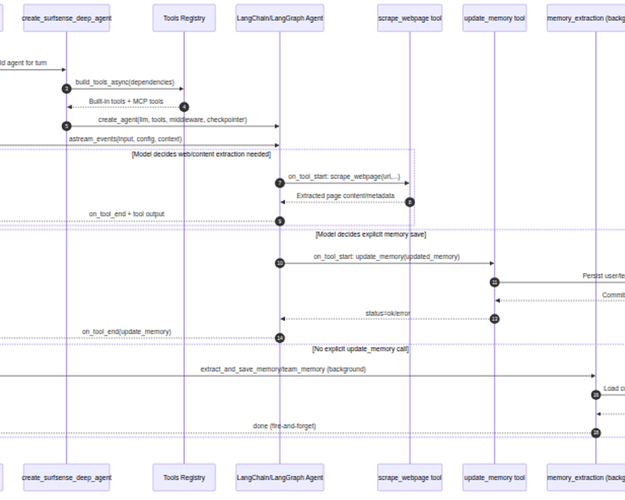
Above: diagrams/extraction_orchestration.png in cyberyu/DocumentAI (Mermaid), before the change. Its source is kept beside it as diagrams/extraction_orchestration.mmd.
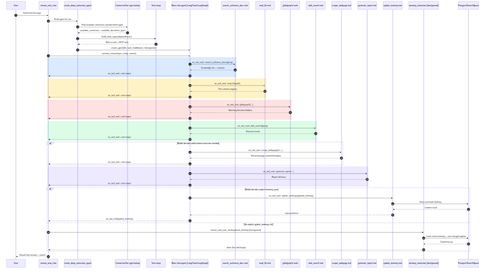
The same file after the commit.

What changed in the source:
```diff
@@ -3,21 +3,53 @@
     autonumber
     participant U as User
     participant API as stream_new_chat
-    participant F as create_surfsense_deep_agent
-    participant R as Tools Registry
-    participant A as LangChain/LangGraph Agent
+    participant F as create_deep_extraction_agent
+    participant C as Connector/Doc type lookup
+    participant R as Tool setup
+    participant A as Main chat agent (LangChain/LangGraph)
+    participant SD as search_surfsense_docs tool
+    participant RF as read_file tool
+    participant FG as glob/grep/ls tools
+    participant WS as web_search tool
     participant SW as scrape_webpage tool
+    participant GR as generate_report tool
     participant UM as update_memory tool
     participant ME as memory_extraction (background)
     participant DB as Postgres/SearchSpace
 
     U->>API: Send chat message
     API->>F: Build agent for turn
+    F->>C: Find available connectors and document types
+    C-->>F: available_connectors + available_document_types
     F->>R: build_tools_async(dependencies)
     R-->>F: Built-in tools + MCP tools
     F->>A: create_agent(llm, tools, middleware, checkpointer)
 
     API->>A: astream_events(input, config, context)
+
+    rect rgb(219, 234, 254)
+        A->>SD: on_tool_start: search_surfsense_docs(query)
+        SD-->>A: Knowledge hits + citations
+        A-->>API: on_tool_end + tool output
+    end
+
+    rect rgb(254, 243, 199)
+        A->>RF: on_tool_start: read_file(path)
+        RF-->>A: File content snippets
+        A-->>API: on_tool_end + tool output
+    end
+
+    rect rgb(254, 226, 226)
+        A->>FG: on_tool_start: glob/grep/ls(...)
+        FG-->>A: Matching files/lines/folders
+        A-->>API: on_tool_end + tool output
+    end
+
+    rect rgb(220, 252, 231)
+        A->>WS: on_tool_start: web_search(query)
+        WS-->>A: External results
+        A-->>API: on_tool_end + tool output
+    end
 
     alt Model decides web/content extraction needed
         A->>SW: on_tool_start: scrape_webpage(url,...)
@@ -25,15 +57,21 @@
         A-->>API: on_tool_end + tool output
     end
 
+    rect rgb(237, 233, 254)
+        A->>GR: on_tool_start: generate_report(...)
+        GR-->>A: Report id/status
+        A-->>API: on_tool_end + tool output
+    end
+
     alt Model decides explicit memory save
         A->>UM: on_tool_start: update_memory(updated_memory)
-        UM->>DB: Persist user/team memory
+        UM->>DB: Save user/team memory
         DB-->>UM: Commit result
         UM-->>A: status=ok/error
         A-->>API: on_tool_end(update_memory)
     else No explicit update_memory call
         API->>ME: extract_and_save_memory/team_memory (background)
-        ME->>DB: Load current memory + persist merged rewrite
+        ME->>DB: Load current memory + save merged update
         DB-->>ME: Commit/no-op
         ME-->>API: done (fire-and-forget)
     end
```
